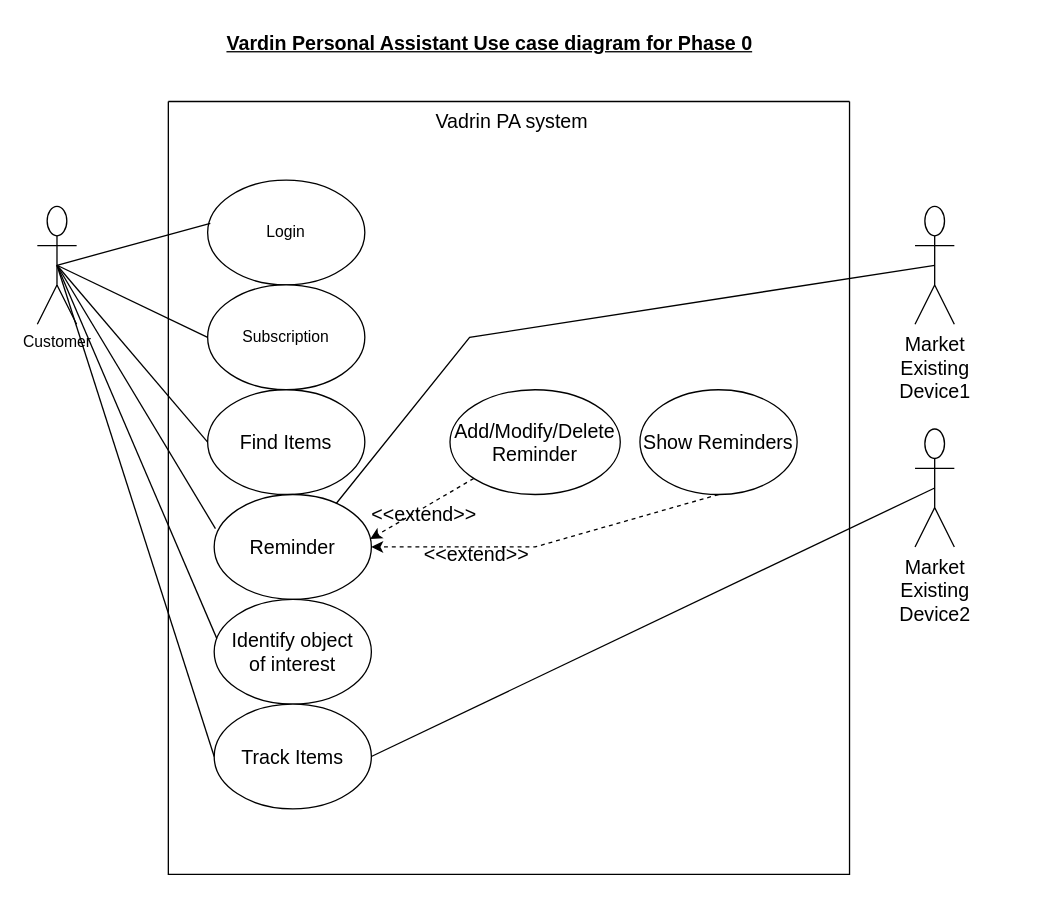
gv-prashanth/personal-assistant keeps this draw.io diagram as Solution Architecture/Use case diagram phase 0.drawio. Above is the earlier version. Source tidied: cells renumbered, new cells numbered last; positions are measured from the earlier drawing's top-left corner, leaving out a move shared by most shapes. Both pictures are drawn from the tidied source at 131%, with x=0, y=0 at pixel (37, 22).
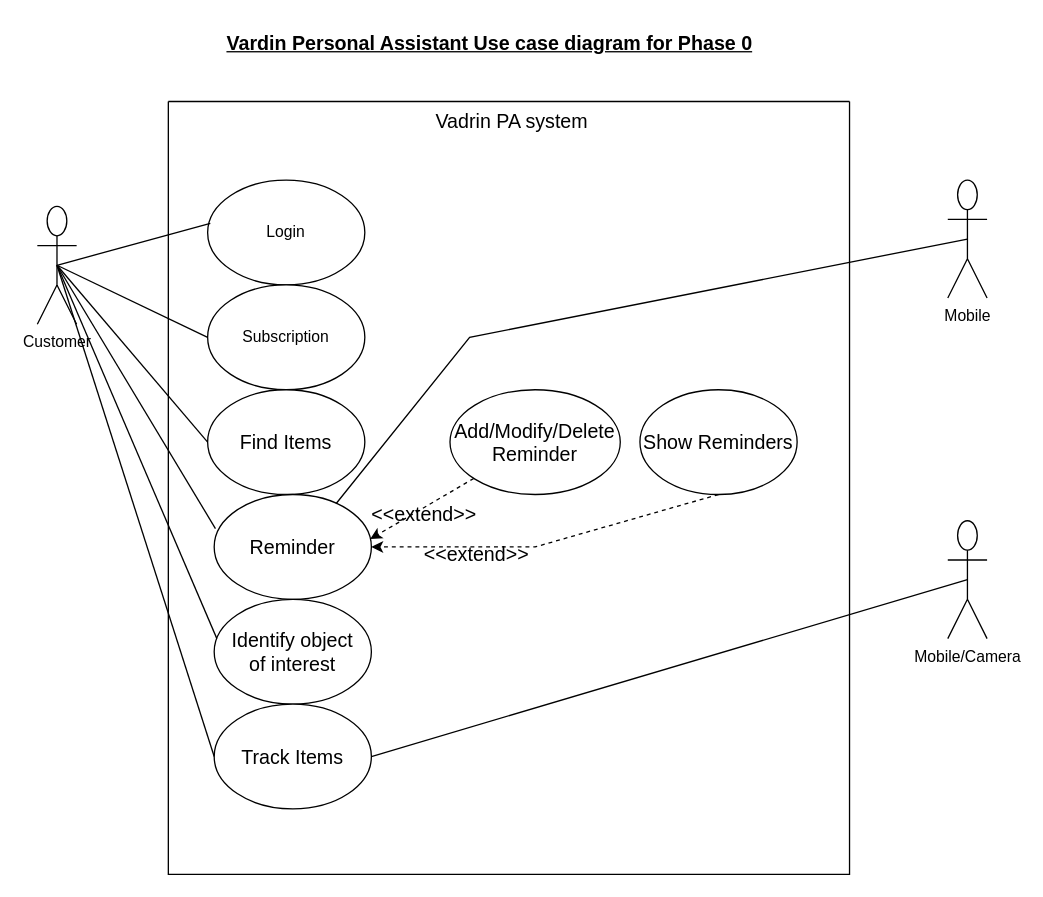
After the change.

Commit message (it also covers changes not shown here):
updated use case diagram

The change refers to these unchanged cells:
```xml
<mxCell id="6" value="Reminder" style="ellipse;whiteSpace=wrap;html=1;fontSize=15;" parent="2" vertex="1">
  <mxGeometry x="35" y="300" width="120" height="80" as="geometry" />
</mxCell>
<mxCell id="14" value="Track Items" style="ellipse;whiteSpace=wrap;html=1;fontSize=15;" parent="2" vertex="1">
  <mxGeometry x="35" y="460" width="120" height="80" as="geometry" />
</mxCell>
```

The edit, as a diff of the source:
```diff
@@
-    <mxCell id="22" value="Market&lt;br&gt;Existing&lt;br&gt;Device1" style="shape=umlActor;verticalLabelPosition=bottom;verticalAlign=top;html=1;outlineConnect=0;fontSize=15;" parent="1" vertex="1">
-      <mxGeometry x="670" y="140" width="30" height="90" as="geometry" />
-    </mxCell>
-    <mxCell id="23" value="Market&lt;br&gt;Existing&lt;br&gt;Device2&lt;br&gt;" style="shape=umlActor;verticalLabelPosition=bottom;verticalAlign=top;html=1;outlineConnect=0;fontSize=15;" parent="1" vertex="1">
-      <mxGeometry x="670" y="310" width="30" height="90" as="geometry" />
-    </mxCell>
-    <mxCell id="24" style="endArrow=none;html=1;rounded=0;fontSize=15;exitX=0.5;exitY=0.5;exitDx=0;exitDy=0;exitPerimeter=0;entryX=0.775;entryY=0.088;entryDx=0;entryDy=0;entryPerimeter=0;" parent="1" edge="1" source="22" target="6">
+    <mxCell id="24" style="endArrow=none;html=1;rounded=0;fontSize=15;exitX=0.5;exitY=0.5;exitDx=0;exitDy=0;exitPerimeter=0;entryX=0.775;entryY=0.088;entryDx=0;entryDy=0;entryPerimeter=0;" parent="1" edge="1" source="28" target="6">
       <mxGeometry relative="1" as="geometry">
         <Array as="points">
           <mxPoint x="330" y="240" />
         </Array>
       </mxGeometry>
     </mxCell>
@@
-    <mxCell id="26" style="endArrow=none;html=1;rounded=0;fontSize=15;entryX=0.5;entryY=0.5;entryDx=0;entryDy=0;entryPerimeter=0;exitX=1;exitY=0.5;exitDx=0;exitDy=0;" parent="1" edge="1" source="14" target="23">
+    <mxCell id="26" style="endArrow=none;html=1;rounded=0;fontSize=15;exitX=1;exitY=0.5;exitDx=0;exitDy=0;entryX=0.5;entryY=0.5;entryDx=0;entryDy=0;entryPerimeter=0;" parent="1" edge="1" source="14" target="29">
       <mxGeometry relative="1" as="geometry" />
     </mxCell>
@@
+    <mxCell id="28" value="Mobile" style="shape=umlActor;verticalLabelPosition=bottom;verticalAlign=top;html=1;outlineConnect=0;" parent="1" vertex="1">
+      <mxGeometry x="695" y="120" width="30" height="90" as="geometry" />
+    </mxCell>
+    <mxCell id="29" value="Mobile/Camera" style="shape=umlActor;verticalLabelPosition=bottom;verticalAlign=top;html=1;outlineConnect=0;" parent="1" vertex="1">
+      <mxGeometry x="695" y="380" width="30" height="90" as="geometry" />
+    </mxCell>
```
